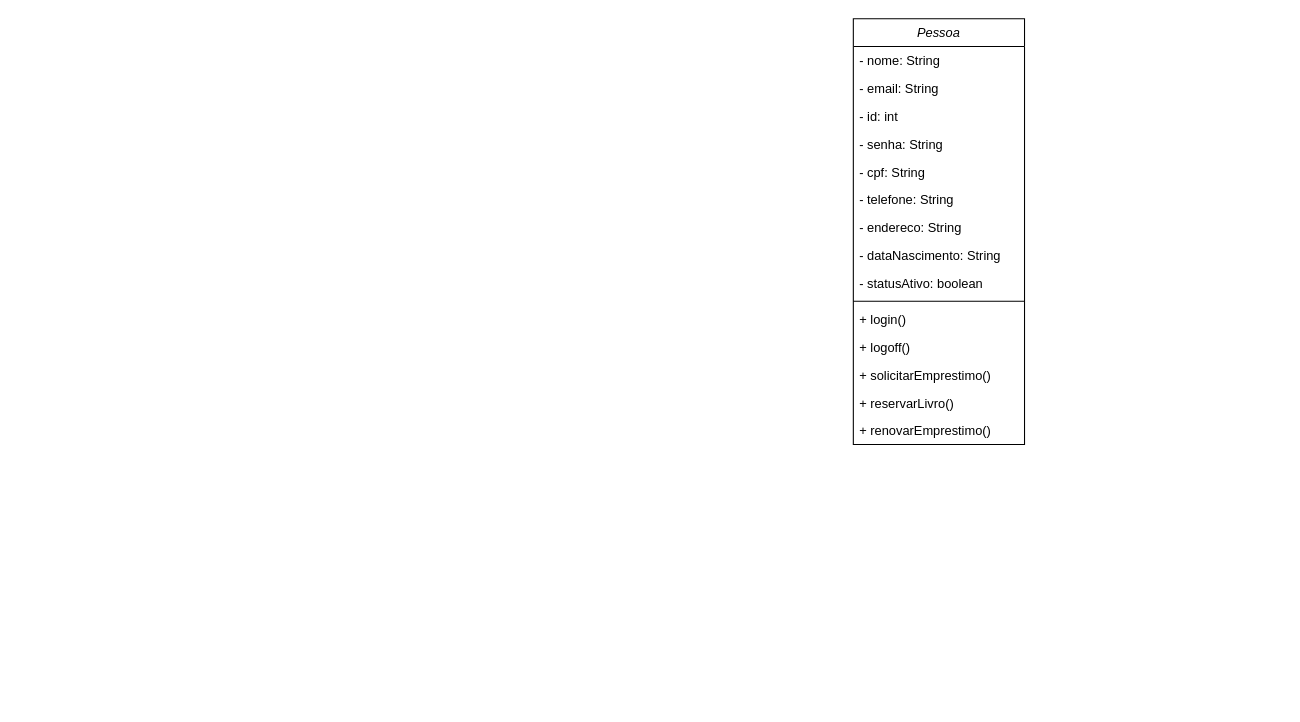
Before: Diagrama de classes Biblioteca UFC.drawio in GuylhermeLima/BibliotecaUFC, a draw.io diagram. Source tidied: cells renumbered, new cells numbered last; positions are measured from the earlier drawing's top-left corner, leaving out a move shared by most shapes. Both pictures are drawn from the tidied source at 107%, with x=0, y=0 at pixel (853, 18).
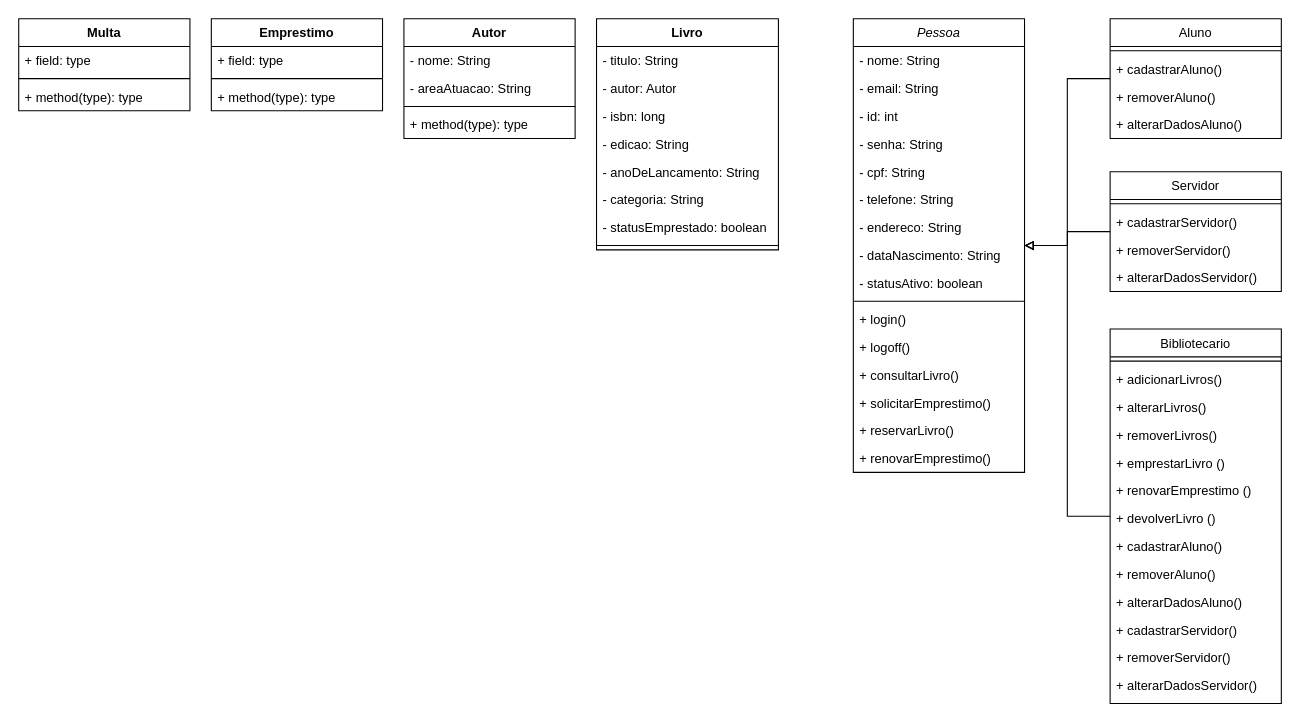
After the change.

Change to the diagram source:
```diff
@@
     <mxCell id="2" value="Pessoa" style="swimlane;fontStyle=2;align=center;verticalAlign=top;horizontal=1;startSize=26;rounded=0;shadow=0;strokeWidth=1;" parent="1" vertex="1">
-      <mxGeometry width="160" height="398" as="geometry" />
+      <mxGeometry width="160" height="424" as="geometry" />
     </mxCell>
@@
+    <mxCell id="17" value="+ consultarLivro()" style="text;align=left;verticalAlign=top;spacingLeft=4;spacingRight=4;overflow=hidden;" parent="2" vertex="1">
+      <mxGeometry y="320" width="160" height="26" as="geometry" />
+    </mxCell>
     <mxCell id="15" value="+ solicitarEmprestimo()" style="text;align=left;verticalAlign=top;spacingLeft=4;spacingRight=4;overflow=hidden;" parent="2" vertex="1">
-      <mxGeometry y="320" width="160" height="26" as="geometry" />
+      <mxGeometry y="346" width="160" height="26" as="geometry" />
     </mxCell>
     <mxCell id="16" value="+ reservarLivro()" style="text;align=left;verticalAlign=top;spacingLeft=4;spacingRight=4;overflow=hidden;" parent="2" vertex="1">
-      <mxGeometry y="346" width="160" height="26" as="geometry" />
+      <mxGeometry y="372" width="160" height="26" as="geometry" />
     </mxCell>
-    <mxCell id="17" value="+ renovarEmprestimo()" style="text;align=left;verticalAlign=top;spacingLeft=4;spacingRight=4;overflow=hidden;" parent="2" vertex="1">
-      <mxGeometry y="372" width="160" height="26" as="geometry" />
-    </mxCell>
+    <mxCell id="18" value="+ renovarEmprestimo()" style="text;align=left;verticalAlign=top;spacingLeft=4;spacingRight=4;overflow=hidden;" parent="2" vertex="1">
+      <mxGeometry y="398" width="160" height="26" as="geometry" />
+    </mxCell>
+    <mxCell id="19" style="edgeStyle=orthogonalEdgeStyle;rounded=0;jettySize=auto;html=1;endArrow=block;endFill=0;" parent="1" edge="1" source="20" target="2">
+      <mxGeometry relative="1" as="geometry" />
+    </mxCell>
+    <mxCell id="20" value="Aluno" style="swimlane;fontStyle=0;align=center;verticalAlign=top;horizontal=1;startSize=26;rounded=0;shadow=0;strokeWidth=1;" parent="1" vertex="1">
+      <mxGeometry x="240" width="160" height="112" as="geometry" />
+    </mxCell>
+    <mxCell id="21" style="line;html=1;strokeWidth=1;align=left;verticalAlign=middle;spacingTop=-1;spacingLeft=3;spacingRight=3;labelPosition=right;" parent="20" vertex="1">
+      <mxGeometry y="26" width="160" height="8" as="geometry" />
+    </mxCell>
+    <mxCell id="22" value="+ cadastrarAluno()" style="text;align=left;verticalAlign=top;spacingLeft=4;spacingRight=4;overflow=hidden;" parent="20" vertex="1">
+      <mxGeometry y="34" width="160" height="26" as="geometry" />
+    </mxCell>
+    <mxCell id="23" value="+ removerAluno()" style="text;align=left;verticalAlign=top;spacingLeft=4;spacingRight=4;overflow=hidden;" parent="20" vertex="1">
+      <mxGeometry y="60" width="160" height="26" as="geometry" />
+    </mxCell>
+    <mxCell id="24" value="+ alterarDadosAluno()" style="text;align=left;verticalAlign=top;spacingLeft=4;spacingRight=4;overflow=hidden;" parent="20" vertex="1">
+      <mxGeometry y="86" width="160" height="26" as="geometry" />
+    </mxCell>
+    <mxCell id="25" style="edgeStyle=orthogonalEdgeStyle;rounded=0;jettySize=auto;html=1;endArrow=block;endFill=0;" parent="1" edge="1" source="26" target="2">
+      <mxGeometry relative="1" as="geometry" />
+    </mxCell>
+    <mxCell id="26" value="Servidor" style="swimlane;fontStyle=0;align=center;verticalAlign=top;horizontal=1;startSize=26;rounded=0;shadow=0;strokeWidth=1;" parent="1" vertex="1">
+      <mxGeometry x="240" y="143" width="160" height="112" as="geometry" />
+    </mxCell>
+    <mxCell id="27" style="line;html=1;strokeWidth=1;align=left;verticalAlign=middle;spacingTop=-1;spacingLeft=3;spacingRight=3;labelPosition=right;" parent="26" vertex="1">
+      <mxGeometry y="26" width="160" height="8" as="geometry" />
+    </mxCell>
+    <mxCell id="28" value="+ cadastrarServidor()" style="text;align=left;verticalAlign=top;spacingLeft=4;spacingRight=4;overflow=hidden;" parent="26" vertex="1">
+      <mxGeometry y="34" width="160" height="26" as="geometry" />
+    </mxCell>
+    <mxCell id="29" value="+ removerServidor()" style="text;align=left;verticalAlign=top;spacingLeft=4;spacingRight=4;overflow=hidden;" parent="26" vertex="1">
+      <mxGeometry y="60" width="160" height="26" as="geometry" />
+    </mxCell>
+    <mxCell id="30" value="+ alterarDadosServidor()" style="text;align=left;verticalAlign=top;spacingLeft=4;spacingRight=4;overflow=hidden;" parent="26" vertex="1">
+      <mxGeometry y="86" width="160" height="26" as="geometry" />
+    </mxCell>
+    <mxCell id="31" style="edgeStyle=orthogonalEdgeStyle;rounded=0;jettySize=auto;html=1;endArrow=block;endFill=0;" parent="1" edge="1" source="32" target="2">
+      <mxGeometry relative="1" as="geometry" />
+    </mxCell>
+    <mxCell id="32" value="Bibliotecario" style="swimlane;fontStyle=0;align=center;verticalAlign=top;horizontal=1;startSize=26;rounded=0;shadow=0;strokeWidth=1;" parent="1" vertex="1">
+      <mxGeometry x="240" y="290" width="160" height="350" as="geometry" />
+    </mxCell>
+    <mxCell id="33" style="line;html=1;strokeWidth=1;align=left;verticalAlign=middle;spacingTop=-1;spacingLeft=3;spacingRight=3;labelPosition=right;" parent="32" vertex="1">
+      <mxGeometry y="26" width="160" height="8" as="geometry" />
+    </mxCell>
+    <mxCell id="34" value="+ adicionarLivros()" style="text;align=left;verticalAlign=top;spacingLeft=4;spacingRight=4;overflow=hidden;" parent="32" vertex="1">
+      <mxGeometry y="34" width="160" height="26" as="geometry" />
+    </mxCell>
+    <mxCell id="35" value="+ alterarLivros()" style="text;align=left;verticalAlign=top;spacingLeft=4;spacingRight=4;overflow=hidden;" parent="32" vertex="1">
+      <mxGeometry y="60" width="160" height="26" as="geometry" />
+    </mxCell>
+    <mxCell id="36" value="+ removerLivros()" style="text;align=left;verticalAlign=top;spacingLeft=4;spacingRight=4;overflow=hidden;" parent="32" vertex="1">
+      <mxGeometry y="86" width="160" height="26" as="geometry" />
+    </mxCell>
+    <mxCell id="37" value="+ emprestarLivro ()" style="text;align=left;verticalAlign=top;spacingLeft=4;spacingRight=4;overflow=hidden;" parent="32" vertex="1">
+      <mxGeometry y="112" width="160" height="26" as="geometry" />
+    </mxCell>
+    <mxCell id="38" value="+ renovarEmprestimo ()" style="text;align=left;verticalAlign=top;spacingLeft=4;spacingRight=4;overflow=hidden;" parent="32" vertex="1">
+      <mxGeometry y="138" width="160" height="26" as="geometry" />
+    </mxCell>
+    <mxCell id="39" value="+ devolverLivro ()" style="text;align=left;verticalAlign=top;spacingLeft=4;spacingRight=4;overflow=hidden;" parent="32" vertex="1">
+      <mxGeometry y="164" width="160" height="26" as="geometry" />
+    </mxCell>
+    <mxCell id="40" value="+ cadastrarAluno()" style="text;align=left;verticalAlign=top;spacingLeft=4;spacingRight=4;overflow=hidden;" parent="32" vertex="1">
+      <mxGeometry y="190" width="160" height="26" as="geometry" />
+    </mxCell>
+    <mxCell id="41" value="+ removerAluno()" style="text;align=left;verticalAlign=top;spacingLeft=4;spacingRight=4;overflow=hidden;" parent="32" vertex="1">
+      <mxGeometry y="216" width="160" height="26" as="geometry" />
+    </mxCell>
+    <mxCell id="42" value="+ alterarDadosAluno()" style="text;align=left;verticalAlign=top;spacingLeft=4;spacingRight=4;overflow=hidden;" parent="32" vertex="1">
+      <mxGeometry y="242" width="160" height="26" as="geometry" />
+    </mxCell>
+    <mxCell id="43" value="+ cadastrarServidor()" style="text;align=left;verticalAlign=top;spacingLeft=4;spacingRight=4;overflow=hidden;" parent="32" vertex="1">
+      <mxGeometry y="268" width="160" height="26" as="geometry" />
+    </mxCell>
+    <mxCell id="44" value="+ removerServidor()" style="text;align=left;verticalAlign=top;spacingLeft=4;spacingRight=4;overflow=hidden;" parent="32" vertex="1">
+      <mxGeometry y="294" width="160" height="26" as="geometry" />
+    </mxCell>
+    <mxCell id="45" value="+ alterarDadosServidor()" style="text;align=left;verticalAlign=top;spacingLeft=4;spacingRight=4;overflow=hidden;" parent="32" vertex="1">
+      <mxGeometry y="320" width="160" height="26" as="geometry" />
+    </mxCell>
+    <mxCell id="46" value="Livro" style="swimlane;fontStyle=1;align=center;verticalAlign=top;horizontal=1;startSize=26;whiteSpace=wrap;html=1;" parent="1" vertex="1">
+      <mxGeometry x="-240" width="170" height="216" as="geometry" />
+    </mxCell>
+    <mxCell id="47" value="- titulo: String" style="text;strokeColor=none;fillColor=none;align=left;verticalAlign=top;spacingLeft=4;spacingRight=4;overflow=hidden;whiteSpace=wrap;html=1;" parent="46" vertex="1">
+      <mxGeometry y="26" width="170" height="26" as="geometry" />
+    </mxCell>
+    <mxCell id="48" value="-&amp;nbsp;autor: Autor" style="text;strokeColor=none;fillColor=none;align=left;verticalAlign=top;spacingLeft=4;spacingRight=4;overflow=hidden;whiteSpace=wrap;html=1;" parent="46" vertex="1">
+      <mxGeometry y="52" width="170" height="26" as="geometry" />
+    </mxCell>
+    <mxCell id="49" value="- isbn: long" style="text;strokeColor=none;fillColor=none;align=left;verticalAlign=top;spacingLeft=4;spacingRight=4;overflow=hidden;whiteSpace=wrap;html=1;" parent="46" vertex="1">
+      <mxGeometry y="78" width="170" height="26" as="geometry" />
+    </mxCell>
+    <mxCell id="50" value="- edicao: String" style="text;strokeColor=none;fillColor=none;align=left;verticalAlign=top;spacingLeft=4;spacingRight=4;overflow=hidden;whiteSpace=wrap;html=1;" parent="46" vertex="1">
+      <mxGeometry y="104" width="170" height="26" as="geometry" />
+    </mxCell>
+    <mxCell id="51" value="- anoDeLancamento: String" style="text;strokeColor=none;fillColor=none;align=left;verticalAlign=top;spacingLeft=4;spacingRight=4;overflow=hidden;whiteSpace=wrap;html=1;" parent="46" vertex="1">
+      <mxGeometry y="130" width="170" height="26" as="geometry" />
+    </mxCell>
+    <mxCell id="52" value="- categoria: String" style="text;strokeColor=none;fillColor=none;align=left;verticalAlign=top;spacingLeft=4;spacingRight=4;overflow=hidden;whiteSpace=wrap;html=1;" parent="46" vertex="1">
+      <mxGeometry y="156" width="170" height="26" as="geometry" />
+    </mxCell>
+    <mxCell id="53" value="- statusEmprestado: boolean" style="text;strokeColor=none;fillColor=none;align=left;verticalAlign=top;spacingLeft=4;spacingRight=4;overflow=hidden;whiteSpace=wrap;html=1;" parent="46" vertex="1">
+      <mxGeometry y="182" width="170" height="26" as="geometry" />
+    </mxCell>
+    <mxCell id="54" style="line;strokeWidth=1;fillColor=none;align=left;verticalAlign=middle;spacingTop=-1;spacingLeft=3;spacingRight=3;labelPosition=right;strokeColor=inherit;" parent="46" vertex="1">
+      <mxGeometry y="208" width="170" height="8" as="geometry" />
+    </mxCell>
+    <mxCell id="55" value="Autor" style="swimlane;fontStyle=1;align=center;verticalAlign=top;horizontal=1;startSize=26;whiteSpace=wrap;html=1;" parent="1" vertex="1">
+      <mxGeometry x="-420" width="160" height="112" as="geometry" />
+    </mxCell>
+    <mxCell id="56" value="- nome: String" style="text;strokeColor=none;fillColor=none;align=left;verticalAlign=top;spacingLeft=4;spacingRight=4;overflow=hidden;whiteSpace=wrap;html=1;" parent="55" vertex="1">
+      <mxGeometry y="26" width="160" height="26" as="geometry" />
+    </mxCell>
+    <mxCell id="57" value="- areaAtuacao: String" style="text;strokeColor=none;fillColor=none;align=left;verticalAlign=top;spacingLeft=4;spacingRight=4;overflow=hidden;whiteSpace=wrap;html=1;" parent="55" vertex="1">
+      <mxGeometry y="52" width="160" height="26" as="geometry" />
+    </mxCell>
+    <mxCell id="58" style="line;strokeWidth=1;fillColor=none;align=left;verticalAlign=middle;spacingTop=-1;spacingLeft=3;spacingRight=3;labelPosition=right;strokeColor=inherit;" parent="55" vertex="1">
+      <mxGeometry y="78" width="160" height="8" as="geometry" />
+    </mxCell>
+    <mxCell id="59" value="+ method(type): type" style="text;strokeColor=none;fillColor=none;align=left;verticalAlign=top;spacingLeft=4;spacingRight=4;overflow=hidden;whiteSpace=wrap;html=1;" parent="55" vertex="1">
+      <mxGeometry y="86" width="160" height="26" as="geometry" />
+    </mxCell>
+    <mxCell id="60" value="Emprestimo" style="swimlane;fontStyle=1;align=center;verticalAlign=top;horizontal=1;startSize=26;whiteSpace=wrap;html=1;" parent="1" vertex="1">
+      <mxGeometry x="-600" width="160" height="86" as="geometry" />
+    </mxCell>
+    <mxCell id="61" value="+ field: type" style="text;strokeColor=none;fillColor=none;align=left;verticalAlign=top;spacingLeft=4;spacingRight=4;overflow=hidden;whiteSpace=wrap;html=1;" parent="60" vertex="1">
+      <mxGeometry y="26" width="160" height="26" as="geometry" />
+    </mxCell>
+    <mxCell id="62" style="line;strokeWidth=1;fillColor=none;align=left;verticalAlign=middle;spacingTop=-1;spacingLeft=3;spacingRight=3;labelPosition=right;strokeColor=inherit;" parent="60" vertex="1">
+      <mxGeometry y="52" width="160" height="8" as="geometry" />
+    </mxCell>
+    <mxCell id="63" value="+ method(type): type" style="text;strokeColor=none;fillColor=none;align=left;verticalAlign=top;spacingLeft=4;spacingRight=4;overflow=hidden;whiteSpace=wrap;html=1;" parent="60" vertex="1">
+      <mxGeometry y="60" width="160" height="26" as="geometry" />
+    </mxCell>
+    <mxCell id="64" value="Multa" style="swimlane;fontStyle=1;align=center;verticalAlign=top;horizontal=1;startSize=26;whiteSpace=wrap;html=1;" parent="1" vertex="1">
+      <mxGeometry x="-780" width="160" height="86" as="geometry" />
+    </mxCell>
+    <mxCell id="65" value="+ field: type" style="text;strokeColor=none;fillColor=none;align=left;verticalAlign=top;spacingLeft=4;spacingRight=4;overflow=hidden;whiteSpace=wrap;html=1;" parent="64" vertex="1">
+      <mxGeometry y="26" width="160" height="26" as="geometry" />
+    </mxCell>
+    <mxCell id="66" style="line;strokeWidth=1;fillColor=none;align=left;verticalAlign=middle;spacingTop=-1;spacingLeft=3;spacingRight=3;labelPosition=right;strokeColor=inherit;" parent="64" vertex="1">
+      <mxGeometry y="52" width="160" height="8" as="geometry" />
+    </mxCell>
+    <mxCell id="67" value="+ method(type): type" style="text;strokeColor=none;fillColor=none;align=left;verticalAlign=top;spacingLeft=4;spacingRight=4;overflow=hidden;whiteSpace=wrap;html=1;" parent="64" vertex="1">
+      <mxGeometry y="60" width="160" height="26" as="geometry" />
+    </mxCell>
```
